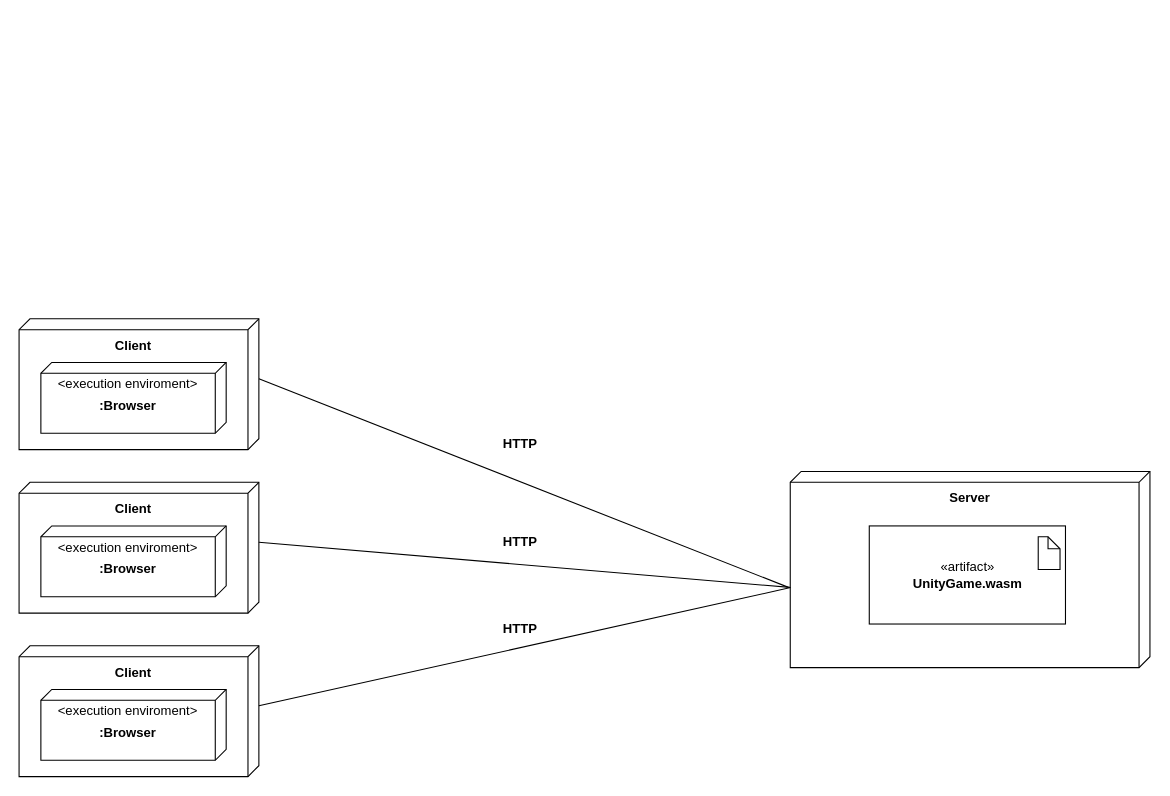
The draw.io diagram DeploymentDiagram.drawio in AurySepe/ProgettoSicurezza, before the edit. Source tidied: cells renumbered, new cells numbered last; positions are measured from the earlier drawing's top-left corner, leaving out a move shared by most shapes. Both pictures are drawn from the tidied source at 109%, with x=0, y=0 at pixel (19, 318).
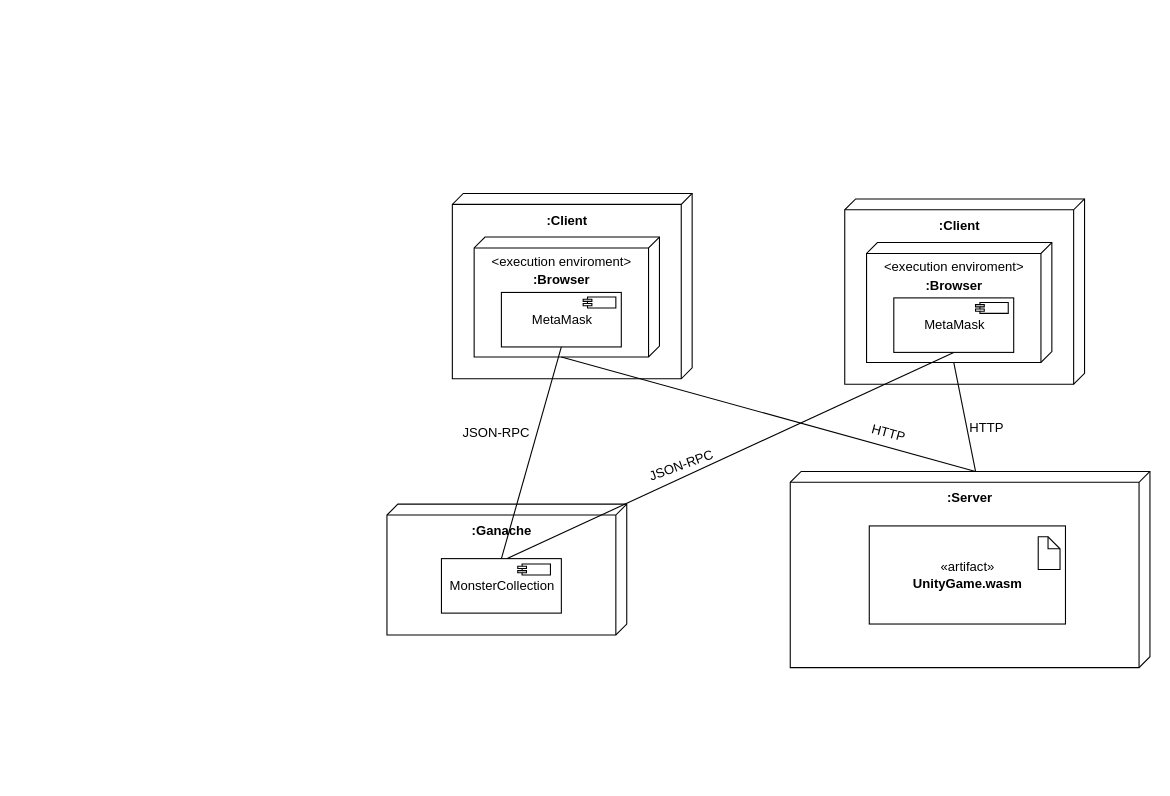
The same page after the edit.

Commit message (it also covers changes not shown here):
modificato il deployment diagram

The change refers to these unchanged cells:
```xml
<mxCell id="3" style="verticalAlign=top;align=left;spacingTop=8;spacingLeft=2;spacingRight=12;shape=cube;size=10;direction=south;fontStyle=4;html=1;rounded=0;shadow=0;comic=0;labelBackgroundColor=none;strokeWidth=1;fontFamily=Verdana;fontSize=12;" parent="1" vertex="1">
  <mxGeometry x="707.5" y="140" width="330" height="180" as="geometry" />
</mxCell>
```

The edit, as a diff of the source:
```diff
@@
-    <mxCell id="2" style="rounded=0;jettySize=auto;html=1;exitX=0;exitY=0;exitDx=55;exitDy=0;exitPerimeter=0;endArrow=none;endFill=0;entryX=0.591;entryY=1.005;entryDx=0;entryDy=0;entryPerimeter=0;" parent="1" edge="1" source="10" target="3">
-      <mxGeometry relative="1" as="geometry" />
-    </mxCell>
@@
-    <mxCell id="4" value="&lt;b&gt;Server&lt;/b&gt;" style="text;html=1;strokeColor=none;fillColor=none;align=center;verticalAlign=middle;whiteSpace=wrap;rounded=0;" parent="1" vertex="1">
+    <mxCell id="4" value="&lt;b&gt;:Server&lt;/b&gt;" style="text;html=1;strokeColor=none;fillColor=none;align=center;verticalAlign=middle;whiteSpace=wrap;rounded=0;" parent="1" vertex="1">
       <mxGeometry x="790" y="150" width="165" height="30" as="geometry" />
     </mxCell>
-    <mxCell id="5" value="&lt;b&gt;HTTP&lt;/b&gt;" style="text;html=1;strokeColor=none;fillColor=none;align=center;verticalAlign=middle;whiteSpace=wrap;rounded=0;" parent="1" vertex="1">
-      <mxGeometry x="430" y="100" width="60" height="30" as="geometry" />
-    </mxCell>
@@
-    <mxCell id="9" style="group;" parent="1" vertex="1">
-      <mxGeometry width="220" height="120" as="geometry" />
-    </mxCell>
-    <mxCell id="10" style="verticalAlign=top;align=left;spacingTop=8;spacingLeft=2;spacingRight=12;shape=cube;size=10;direction=south;fontStyle=4;html=1;rounded=0;shadow=0;comic=0;labelBackgroundColor=none;strokeWidth=1;fontFamily=Verdana;fontSize=12;" parent="9" vertex="1">
-      <mxGeometry width="220" height="120" as="geometry" />
-    </mxCell>
-    <mxCell id="11" style="verticalAlign=top;align=left;spacingTop=8;spacingLeft=2;spacingRight=12;shape=cube;size=10;direction=south;fontStyle=4;html=1;rounded=0;shadow=0;comic=0;labelBackgroundColor=none;strokeWidth=1;fontFamily=Verdana;fontSize=12;" parent="9" vertex="1">
-      <mxGeometry x="20" y="40" width="170" height="65" as="geometry" />
-    </mxCell>
-    <mxCell id="12" value="&amp;lt;execution enviroment&amp;gt;" style="text;html=1;strokeColor=none;fillColor=none;align=center;verticalAlign=middle;whiteSpace=wrap;rounded=0;" parent="11" vertex="1">
-      <mxGeometry y="5" width="160" height="30" as="geometry" />
-    </mxCell>
-    <mxCell id="13" value="&lt;b&gt;:Browser&lt;/b&gt;" style="text;html=1;strokeColor=none;fillColor=none;align=center;verticalAlign=middle;whiteSpace=wrap;rounded=0;" parent="11" vertex="1">
-      <mxGeometry x="50" y="25" width="60" height="30" as="geometry" />
-    </mxCell>
-    <mxCell id="14" value="&lt;b&gt;Client&lt;/b&gt;" style="text;html=1;strokeColor=none;fillColor=none;align=center;verticalAlign=middle;whiteSpace=wrap;rounded=0;" parent="9" vertex="1">
-      <mxGeometry x="75" y="10" width="60" height="30" as="geometry" />
-    </mxCell>
-    <mxCell id="15" style="group;" parent="1" vertex="1">
-      <mxGeometry y="150" width="220" height="120" as="geometry" />
-    </mxCell>
-    <mxCell id="16" style="verticalAlign=top;align=left;spacingTop=8;spacingLeft=2;spacingRight=12;shape=cube;size=10;direction=south;fontStyle=4;html=1;rounded=0;shadow=0;comic=0;labelBackgroundColor=none;strokeWidth=1;fontFamily=Verdana;fontSize=12;" parent="15" vertex="1">
-      <mxGeometry width="220" height="120" as="geometry" />
-    </mxCell>
-    <mxCell id="17" style="verticalAlign=top;align=left;spacingTop=8;spacingLeft=2;spacingRight=12;shape=cube;size=10;direction=south;fontStyle=4;html=1;rounded=0;shadow=0;comic=0;labelBackgroundColor=none;strokeWidth=1;fontFamily=Verdana;fontSize=12;" parent="15" vertex="1">
-      <mxGeometry x="20" y="40" width="170" height="65" as="geometry" />
-    </mxCell>
-    <mxCell id="18" value="&amp;lt;execution enviroment&amp;gt;" style="text;html=1;strokeColor=none;fillColor=none;align=center;verticalAlign=middle;whiteSpace=wrap;rounded=0;" parent="17" vertex="1">
-      <mxGeometry y="5" width="160" height="30" as="geometry" />
-    </mxCell>
-    <mxCell id="19" value="&lt;b&gt;:Browser&lt;/b&gt;" style="text;html=1;strokeColor=none;fillColor=none;align=center;verticalAlign=middle;whiteSpace=wrap;rounded=0;" parent="17" vertex="1">
-      <mxGeometry x="50" y="25" width="60" height="30" as="geometry" />
-    </mxCell>
-    <mxCell id="20" value="&lt;b&gt;Client&lt;/b&gt;" style="text;html=1;strokeColor=none;fillColor=none;align=center;verticalAlign=middle;whiteSpace=wrap;rounded=0;" parent="15" vertex="1">
-      <mxGeometry x="75" y="10" width="60" height="30" as="geometry" />
-    </mxCell>
-    <mxCell id="21" style="edgeStyle=none;rounded=0;jettySize=auto;html=1;exitX=0;exitY=0;exitDx=55;exitDy=0;exitPerimeter=0;entryX=0.591;entryY=1.001;entryDx=0;entryDy=0;entryPerimeter=0;endArrow=none;endFill=0;" parent="1" edge="1" source="16" target="3">
-      <mxGeometry relative="1" as="geometry" />
-    </mxCell>
-    <mxCell id="22" value="&lt;b&gt;HTTP&lt;/b&gt;" style="text;html=1;strokeColor=none;fillColor=none;align=center;verticalAlign=middle;whiteSpace=wrap;rounded=0;" parent="1" vertex="1">
-      <mxGeometry x="430" y="190" width="60" height="30" as="geometry" />
-    </mxCell>
     <mxCell id="23" style="group;" parent="1" vertex="1">
-      <mxGeometry y="300" width="220" height="120" as="geometry" />
+      <mxGeometry x="397.5" y="-115" width="220" height="200" as="geometry" />
     </mxCell>
+    <mxCell id="31" style="group;" parent="23" vertex="1">
+      <mxGeometry width="220" height="170" as="geometry" />
+    </mxCell>
-    <mxCell id="24" style="verticalAlign=top;align=left;spacingTop=8;spacingLeft=2;spacingRight=12;shape=cube;size=10;direction=south;fontStyle=4;html=1;rounded=0;shadow=0;comic=0;labelBackgroundColor=none;strokeWidth=1;fontFamily=Verdana;fontSize=12;" parent="23" vertex="1">
-      <mxGeometry width="220" height="120" as="geometry" />
+    <mxCell id="24" style="verticalAlign=top;align=left;spacingTop=8;spacingLeft=2;spacingRight=12;shape=cube;size=10;direction=south;fontStyle=4;html=1;rounded=0;shadow=0;comic=0;labelBackgroundColor=none;strokeWidth=1;fontFamily=Verdana;fontSize=12;" parent="31" vertex="1">
+      <mxGeometry width="220" height="170" as="geometry" />
     </mxCell>
-    <mxCell id="25" style="verticalAlign=top;align=left;spacingTop=8;spacingLeft=2;spacingRight=12;shape=cube;size=10;direction=south;fontStyle=4;html=1;rounded=0;shadow=0;comic=0;labelBackgroundColor=none;strokeWidth=1;fontFamily=Verdana;fontSize=12;" parent="23" vertex="1">
-      <mxGeometry x="20" y="40" width="170" height="65" as="geometry" />
+    <mxCell id="25" style="verticalAlign=top;align=left;spacingTop=8;spacingLeft=2;spacingRight=12;shape=cube;size=10;direction=south;fontStyle=4;html=1;rounded=0;shadow=0;comic=0;labelBackgroundColor=none;strokeWidth=1;fontFamily=Verdana;fontSize=12;" parent="31" vertex="1">
+      <mxGeometry x="20" y="40" width="170" height="110" as="geometry" />
     </mxCell>
+    <mxCell id="32" value="MetaMask" style="html=1;" parent="25" vertex="1">
+      <mxGeometry x="25" y="50.8" width="110" height="50" as="geometry" />
+    </mxCell>
     <mxCell id="26" value="&amp;lt;execution enviroment&amp;gt;" style="text;html=1;strokeColor=none;fillColor=none;align=center;verticalAlign=middle;whiteSpace=wrap;rounded=0;" parent="25" vertex="1">
-      <mxGeometry y="5" width="160" height="30" as="geometry" />
+      <mxGeometry y="-10" width="160" height="65" as="geometry" />
     </mxCell>
-    <mxCell id="27" value="&lt;b&gt;:Browser&lt;/b&gt;" style="text;html=1;strokeColor=none;fillColor=none;align=center;verticalAlign=middle;whiteSpace=wrap;rounded=0;" parent="25" vertex="1">
-      <mxGeometry x="50" y="25" width="60" height="30" as="geometry" />
+    <mxCell id="27" value="&lt;b&gt;:Browser&lt;/b&gt;" style="text;html=1;strokeColor=none;fillColor=none;align=center;verticalAlign=middle;whiteSpace=wrap;rounded=0;" parent="26" vertex="1">
+      <mxGeometry x="50" y="24.2" width="60" height="50.8" as="geometry" />
     </mxCell>
-    <mxCell id="28" value="&lt;b&gt;Client&lt;/b&gt;" style="text;html=1;strokeColor=none;fillColor=none;align=center;verticalAlign=middle;whiteSpace=wrap;rounded=0;" parent="23" vertex="1">
+    <mxCell id="28" value="&lt;b&gt;:Client&lt;/b&gt;" style="text;html=1;strokeColor=none;fillColor=none;align=center;verticalAlign=middle;whiteSpace=wrap;rounded=0;" parent="31" vertex="1">
       <mxGeometry x="75" y="10" width="60" height="30" as="geometry" />
     </mxCell>
-    <mxCell id="29" style="edgeStyle=none;rounded=0;jettySize=auto;html=1;exitX=0;exitY=0;exitDx=55;exitDy=0;exitPerimeter=0;entryX=0.592;entryY=0.999;entryDx=0;entryDy=0;entryPerimeter=0;endArrow=none;endFill=0;" parent="1" edge="1" source="24" target="3">
-      <mxGeometry relative="1" as="geometry" />
-    </mxCell>
-    <mxCell id="30" value="&lt;b&gt;HTTP&lt;/b&gt;" style="text;html=1;strokeColor=none;fillColor=none;align=center;verticalAlign=middle;whiteSpace=wrap;rounded=0;" parent="1" vertex="1">
-      <mxGeometry x="430" y="270" width="60" height="30" as="geometry" />
-    </mxCell>
+    <mxCell id="33" style="shape=module;align=left;spacingLeft=20;align=center;verticalAlign=top;jettyWidth=8;jettyHeight=2;" parent="31" vertex="1">
+      <mxGeometry x="120" y="95" width="30" height="10" as="geometry" />
+    </mxCell>
+    <mxCell id="34" style="group;" parent="1" vertex="1">
+      <mxGeometry x="337.5" y="170" width="220" height="120" as="geometry" />
+    </mxCell>
+    <mxCell id="35" style="verticalAlign=top;align=left;spacingTop=8;spacingLeft=2;spacingRight=12;shape=cube;size=10;direction=south;fontStyle=4;html=1;rounded=0;shadow=0;comic=0;labelBackgroundColor=none;strokeWidth=1;fontFamily=Verdana;fontSize=12;" parent="34" vertex="1">
+      <mxGeometry width="220" height="120" as="geometry" />
+    </mxCell>
+    <mxCell id="36" value="&lt;b&gt;:Ganache&lt;/b&gt;" style="text;html=1;strokeColor=none;fillColor=none;align=center;verticalAlign=middle;whiteSpace=wrap;rounded=0;" parent="34" vertex="1">
+      <mxGeometry x="75" y="10" width="60" height="30" as="geometry" />
+    </mxCell>
+    <mxCell id="37" value="MonsterCollection" style="html=1;" parent="34" vertex="1">
+      <mxGeometry x="50" y="50" width="110" height="50" as="geometry" />
+    </mxCell>
+    <mxCell id="38" style="shape=module;align=left;spacingLeft=20;align=center;verticalAlign=top;jettyWidth=8;jettyHeight=2;" parent="34" vertex="1">
+      <mxGeometry x="120" y="55" width="30" height="10" as="geometry" />
+    </mxCell>
+    <mxCell id="39" style="group;" parent="1" vertex="1">
+      <mxGeometry x="222.5" y="-275" width="220" height="200" as="geometry" />
+    </mxCell>
+    <mxCell id="40" style="group;" parent="39" vertex="1">
+      <mxGeometry x="535" y="165" width="220" height="170" as="geometry" />
+    </mxCell>
+    <mxCell id="41" style="verticalAlign=top;align=left;spacingTop=8;spacingLeft=2;spacingRight=12;shape=cube;size=10;direction=south;fontStyle=4;html=1;rounded=0;shadow=0;comic=0;labelBackgroundColor=none;strokeWidth=1;fontFamily=Verdana;fontSize=12;" parent="40" vertex="1">
+      <mxGeometry width="220" height="170" as="geometry" />
+    </mxCell>
+    <mxCell id="42" style="edgeStyle=none;rounded=0;jettySize=auto;html=1;exitX=0;exitY=0;exitDx=110;exitDy=90;exitPerimeter=0;endArrow=none;endFill=0;" parent="40" edge="1" source="43">
+      <mxGeometry relative="1" as="geometry">
+        <mxPoint x="120" y="250" as="targetPoint" />
+      </mxGeometry>
+    </mxCell>
+    <mxCell id="43" style="verticalAlign=top;align=left;spacingTop=8;spacingLeft=2;spacingRight=12;shape=cube;size=10;direction=south;fontStyle=4;html=1;rounded=0;shadow=0;comic=0;labelBackgroundColor=none;strokeWidth=1;fontFamily=Verdana;fontSize=12;" parent="40" vertex="1">
+      <mxGeometry x="20" y="40" width="170" height="110" as="geometry" />
+    </mxCell>
+    <mxCell id="44" style="edgeStyle=none;rounded=0;jettySize=auto;html=1;exitX=0.5;exitY=1;exitDx=0;exitDy=0;endArrow=none;endFill=0;" parent="43" edge="1" source="45">
+      <mxGeometry relative="1" as="geometry">
+        <mxPoint x="-330" y="290" as="targetPoint" />
+      </mxGeometry>
+    </mxCell>
+    <mxCell id="45" value="MetaMask" style="html=1;" parent="43" vertex="1">
+      <mxGeometry x="25" y="50.8" width="110" height="50" as="geometry" />
+    </mxCell>
+    <mxCell id="46" value="&amp;lt;execution enviroment&amp;gt;" style="text;html=1;strokeColor=none;fillColor=none;align=center;verticalAlign=middle;whiteSpace=wrap;rounded=0;" parent="43" vertex="1">
+      <mxGeometry y="-10" width="160" height="65" as="geometry" />
+    </mxCell>
+    <mxCell id="47" value="&lt;b&gt;:Browser&lt;/b&gt;" style="text;html=1;strokeColor=none;fillColor=none;align=center;verticalAlign=middle;whiteSpace=wrap;rounded=0;" parent="46" vertex="1">
+      <mxGeometry x="50" y="24.2" width="60" height="50.8" as="geometry" />
+    </mxCell>
+    <mxCell id="48" value="&lt;b&gt;:Client&lt;/b&gt;" style="text;html=1;strokeColor=none;fillColor=none;align=center;verticalAlign=middle;whiteSpace=wrap;rounded=0;" parent="40" vertex="1">
+      <mxGeometry x="75" y="10" width="60" height="30" as="geometry" />
+    </mxCell>
+    <mxCell id="49" style="shape=module;align=left;spacingLeft=20;align=center;verticalAlign=top;jettyWidth=8;jettyHeight=2;" parent="40" vertex="1">
+      <mxGeometry x="120" y="95" width="30" height="10" as="geometry" />
+    </mxCell>
+    <mxCell id="50" style="rounded=0;jettySize=auto;html=1;exitX=0.5;exitY=1;exitDx=0;exitDy=0;entryX=0.5;entryY=0;entryDx=0;entryDy=0;endArrow=none;endFill=0;" parent="1" edge="1" source="32" target="37">
+      <mxGeometry relative="1" as="geometry" />
+    </mxCell>
+    <mxCell id="51" style="edgeStyle=none;rounded=0;jettySize=auto;html=1;entryX=0;entryY=0;entryDx=0;entryDy=160;entryPerimeter=0;endArrow=none;endFill=0;exitX=0;exitY=0;exitDx=110;exitDy=90;exitPerimeter=0;" parent="1" edge="1" source="25" target="3">
+      <mxGeometry relative="1" as="geometry" />
+    </mxCell>
+    <mxCell id="52" value="HTTP" style="text;html=1;strokeColor=none;fillColor=none;align=center;verticalAlign=middle;whiteSpace=wrap;rounded=0;" parent="1" vertex="1">
+      <mxGeometry x="857.5" y="85" width="60" height="30" as="geometry" />
+    </mxCell>
+    <mxCell id="53" value="HTTP" style="text;html=1;strokeColor=none;fillColor=none;align=center;verticalAlign=middle;whiteSpace=wrap;rounded=0;rotation=15;" parent="1" vertex="1">
+      <mxGeometry x="767.5" y="90" width="60" height="30" as="geometry" />
+    </mxCell>
+    <mxCell id="54" value="JSON-RPC" style="text;html=1;strokeColor=none;fillColor=none;align=center;verticalAlign=middle;whiteSpace=wrap;rounded=0;rotation=0;" parent="1" vertex="1">
+      <mxGeometry x="387.5" y="90" width="100" height="30" as="geometry" />
+    </mxCell>
+    <mxCell id="55" value="JSON-RPC" style="text;html=1;strokeColor=none;fillColor=none;align=center;verticalAlign=middle;whiteSpace=wrap;rounded=0;rotation=-20;" parent="1" vertex="1">
+      <mxGeometry x="557.5" y="120" width="100" height="30" as="geometry" />
+    </mxCell>
```
